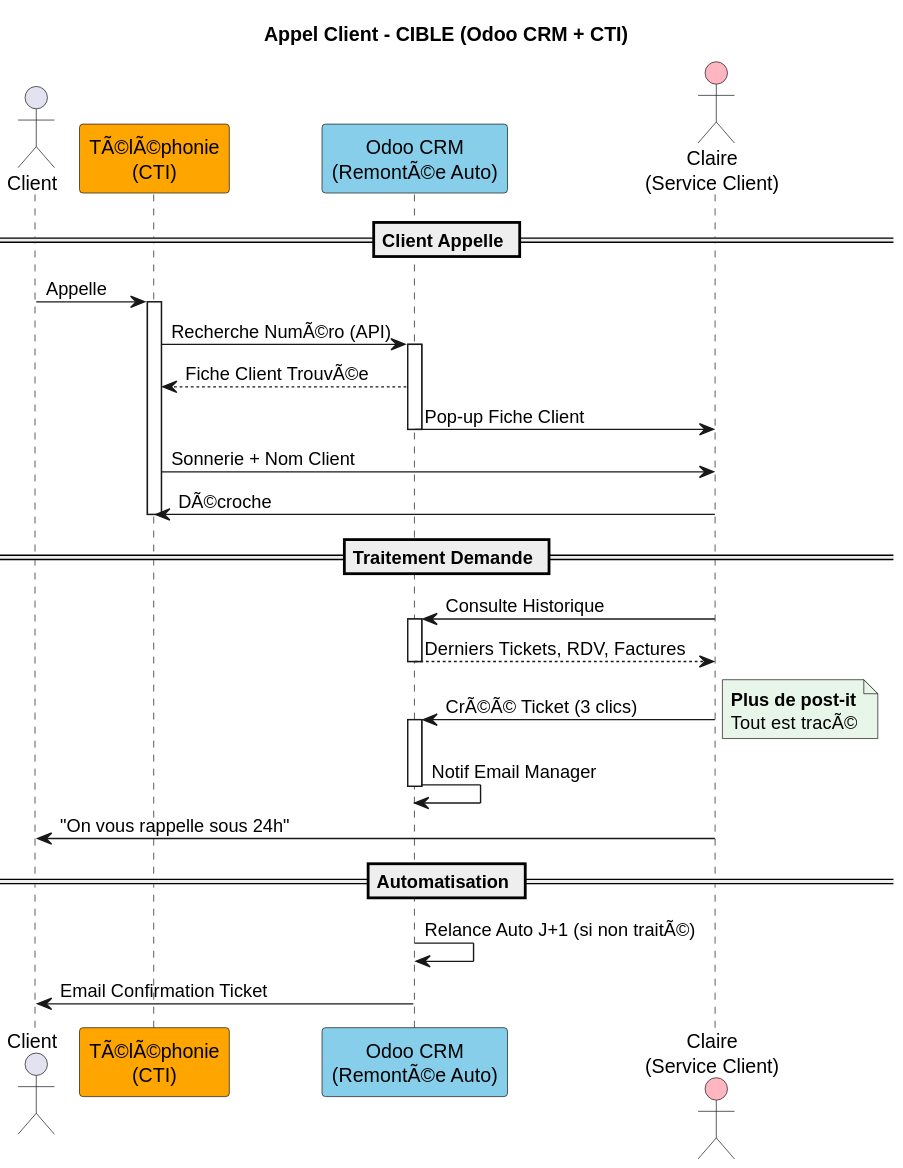
This is Audit_Duret_$/Services/Service-Client/uml/svg/Appel_Client_CIBLE.svg from JordanSerafini/Audit_Duret, a PlantUML export, as it was before one commit.
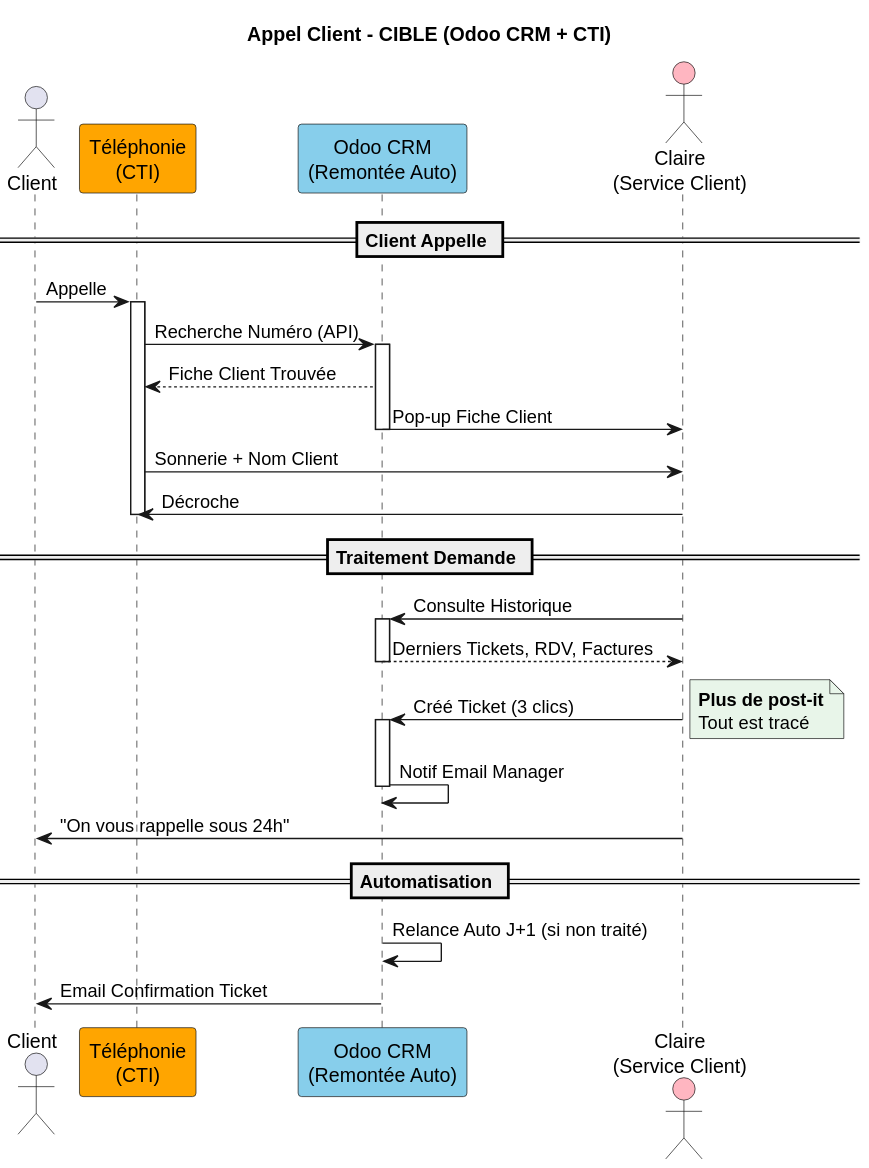
Later version of the same file.

The edit, as a diff of the source:
```diff
@@ -2,22 +2,22 @@
 title Appel Client - CIBLE (Odoo CRM + CTI)
 
 actor "Client" as Client
-participant "TÃ©lÃ©phonie\n(CTI)" as Phone #FFA500
-participant "Odoo CRM\n(RemontÃ©e Auto)" as Odoo #87CEEB
+participant "Téléphonie\n(CTI)" as Phone #FFA500
+participant "Odoo CRM\n(Remontée Auto)" as Odoo #87CEEB
 actor "Claire\n(Service Client)" as Claire #FFB6C1
 
 == Client Appelle ==
 
 Client -> Phone: Appelle
 activate Phone
-Phone -> Odoo: Recherche NumÃ©ro (API)
+Phone -> Odoo: Recherche Numéro (API)
 activate Odoo
-Odoo --> Phone: Fiche Client TrouvÃ©e
+Odoo --> Phone: Fiche Client Trouvée
 Odoo -> Claire: Pop-up Fiche Client
 deactivate Odoo
 
 Phone -> Claire: Sonnerie + Nom Client
-Claire -> Phone: DÃ©croche
+Claire -> Phone: Décroche
 deactivate Phone
 
 == Traitement Demande ==
@@ -27,11 +27,11 @@
 Odoo --> Claire: Derniers Tickets, RDV, Factures
 deactivate Odoo
 
-Claire -> Odoo: CrÃ©Ã© Ticket (3 clics)
+Claire -> Odoo: Créé Ticket (3 clics)
 activate Odoo
 note right #E8F5E9
   **Plus de post-it**
-  Tout est tracÃ©
+  Tout est tracé
 end note
 
 Odoo -> Odoo: Notif Email Manager
@@ -41,6 +41,6 @@
 
 == Automatisation ==
 
-Odoo -> Odoo: Relance Auto J+1 (si non traitÃ©)
+Odoo -> Odoo: Relance Auto J+1 (si non traité)
 Odoo -> Client: Email Confirmation Ticket
 @enduml
```
